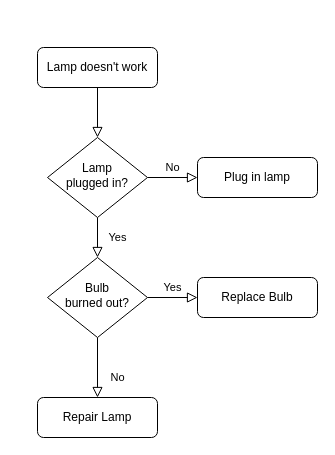
Before: orb3dgaussian.drawio in 731875679/figures, a draw.io diagram. Source tidied: cells renumbered, new cells numbered last; positions are measured from the earlier drawing's top-left corner, leaving out a move shared by most shapes. Both pictures are drawn from the tidied source at 100%, with x=0, y=0 at pixel (37, 47).
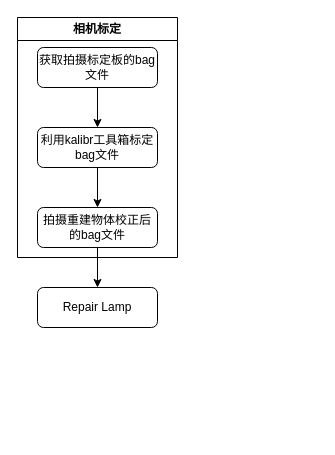
After the change.

Diff of the diagram source:
```diff
@@
 <mxGraphModel>
   <root>
     <mxCell id="0" />
     <mxCell id="1" parent="0" />
-    <mxCell id="2" style="rounded=0;html=1;jettySize=auto;fontSize=11;endArrow=block;endFill=0;endSize=8;strokeWidth=1;shadow=0;labelBackgroundColor=none;edgeStyle=orthogonalEdgeStyle;" parent="1" edge="1" source="3" target="6">
-      <mxGeometry relative="1" as="geometry" />
-    </mxCell>
+    <mxCell id="13" style="edgeStyle=orthogonalEdgeStyle;rounded=0;jettySize=auto;html=1;exitX=0.5;exitY=1;exitDx=0;exitDy=0;entryX=0.5;entryY=0;entryDx=0;entryDy=0;" parent="1" edge="1" source="3" target="7">
+      <mxGeometry relative="1" as="geometry" />
+    </mxCell>
-    <mxCell id="3" value="Lamp doesn't work" style="rounded=1;whiteSpace=wrap;html=1;fontSize=12;glass=0;strokeWidth=1;shadow=0;" parent="1" vertex="1">
+    <mxCell id="3" value="获取拍摄标定板的bag文件" style="rounded=1;whiteSpace=wrap;html=1;fontSize=12;glass=0;strokeWidth=1;shadow=0;" parent="1" vertex="1">
       <mxGeometry width="120" height="40" as="geometry" />
     </mxCell>
-    <mxCell id="4" value="Yes" style="rounded=0;html=1;jettySize=auto;fontSize=11;endArrow=block;endFill=0;endSize=8;strokeWidth=1;shadow=0;labelBackgroundColor=none;edgeStyle=orthogonalEdgeStyle;" parent="1" edge="1" source="6" target="10">
-      <mxGeometry y="20" relative="1" as="geometry" />
-    </mxCell>
-    <mxCell id="5" value="No" style="edgeStyle=orthogonalEdgeStyle;rounded=0;html=1;jettySize=auto;fontSize=11;endArrow=block;endFill=0;endSize=8;strokeWidth=1;shadow=0;labelBackgroundColor=none;" parent="1" edge="1" source="6" target="7">
-      <mxGeometry y="10" relative="1" as="geometry" />
-    </mxCell>
-    <mxCell id="6" value="Lamp&lt;br&gt;plugged in?" style="rhombus;whiteSpace=wrap;html=1;shadow=0;fontFamily=Helvetica;fontSize=12;align=center;strokeWidth=1;spacing=6;spacingTop=-4;" parent="1" vertex="1">
-      <mxGeometry x="10" y="90" width="100" height="80" as="geometry" />
-    </mxCell>
+    <mxCell id="14" style="edgeStyle=orthogonalEdgeStyle;rounded=0;jettySize=auto;html=1;exitX=0.5;exitY=1;exitDx=0;exitDy=0;entryX=0.5;entryY=0;entryDx=0;entryDy=0;" parent="1" edge="1" source="7" target="12">
+      <mxGeometry relative="1" as="geometry" />
+    </mxCell>
-    <mxCell id="7" value="Plug in lamp" style="rounded=1;whiteSpace=wrap;html=1;fontSize=12;glass=0;strokeWidth=1;shadow=0;" parent="1" vertex="1">
-      <mxGeometry x="160" y="110" width="120" height="40" as="geometry" />
+    <mxCell id="7" value="利用kalibr工具箱标定bag文件" style="rounded=1;whiteSpace=wrap;html=1;fontSize=12;glass=0;strokeWidth=1;shadow=0;" parent="1" vertex="1">
+      <mxGeometry y="80" width="120" height="40" as="geometry" />
     </mxCell>
-    <mxCell id="8" value="No" style="rounded=0;html=1;jettySize=auto;fontSize=11;endArrow=block;endFill=0;endSize=8;strokeWidth=1;shadow=0;labelBackgroundColor=none;edgeStyle=orthogonalEdgeStyle;" parent="1" edge="1" source="10" target="11">
-      <mxGeometry x="0.33" y="20" relative="1" as="geometry" />
-    </mxCell>
-    <mxCell id="9" value="Yes" style="edgeStyle=orthogonalEdgeStyle;rounded=0;html=1;jettySize=auto;fontSize=11;endArrow=block;endFill=0;endSize=8;strokeWidth=1;shadow=0;labelBackgroundColor=none;" parent="1" edge="1" source="10" target="12">
-      <mxGeometry y="10" relative="1" as="geometry" />
-    </mxCell>
-    <mxCell id="10" value="Bulb&lt;br&gt;burned out?" style="rhombus;whiteSpace=wrap;html=1;shadow=0;fontFamily=Helvetica;fontSize=12;align=center;strokeWidth=1;spacing=6;spacingTop=-4;" parent="1" vertex="1">
-      <mxGeometry x="10" y="210" width="100" height="80" as="geometry" />
-    </mxCell>
     <mxCell id="11" value="Repair Lamp" style="rounded=1;whiteSpace=wrap;html=1;fontSize=12;glass=0;strokeWidth=1;shadow=0;" parent="1" vertex="1">
-      <mxGeometry y="350" width="120" height="40" as="geometry" />
+      <mxGeometry y="240" width="120" height="40" as="geometry" />
     </mxCell>
+    <mxCell id="15" style="edgeStyle=orthogonalEdgeStyle;rounded=0;jettySize=auto;html=1;exitX=0.5;exitY=1;exitDx=0;exitDy=0;entryX=0.5;entryY=0;entryDx=0;entryDy=0;" parent="1" edge="1" source="12" target="11">
+      <mxGeometry relative="1" as="geometry" />
+    </mxCell>
-    <mxCell id="12" value="Replace Bulb" style="rounded=1;whiteSpace=wrap;html=1;fontSize=12;glass=0;strokeWidth=1;shadow=0;" parent="1" vertex="1">
-      <mxGeometry x="160" y="230" width="120" height="40" as="geometry" />
+    <mxCell id="12" value="拍摄重建物体校正后的bag文件" style="rounded=1;whiteSpace=wrap;html=1;fontSize=12;glass=0;strokeWidth=1;shadow=0;" parent="1" vertex="1">
+      <mxGeometry y="160" width="120" height="40" as="geometry" />
     </mxCell>
+    <mxCell id="16" value="相机标定" style="swimlane;whiteSpace=wrap;html=1;" parent="1" vertex="1">
+      <mxGeometry x="-20" y="-30" width="160" height="240" as="geometry" />
+    </mxCell>
   </root>
 </mxGraphModel>
```
